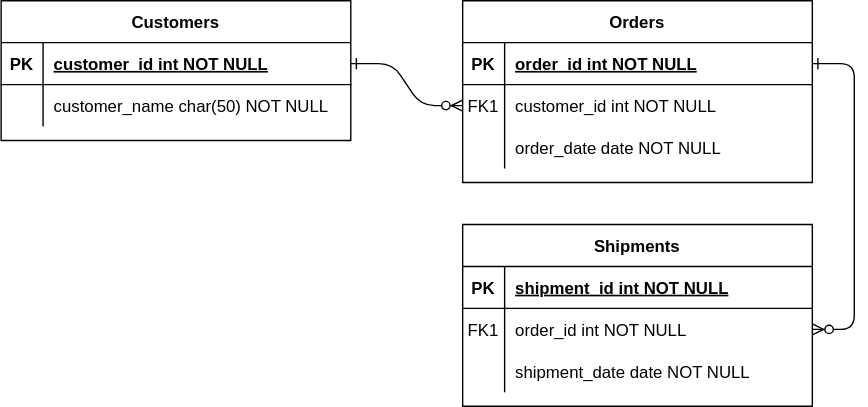
This is document/project-board-erd.svg from Bigdata92/fastcampus-project-board, a draw.io export, as it was before one commit. Source tidied: cells renumbered, new cells last; positions are measured from the earlier drawing's top-left corner, leaving out a move shared by most shapes. Source of this version:
```xml
<mxGraphModel>
  <root>
    <mxCell id="0" />
    <mxCell id="1" parent="0" />
    <mxCell id="2" style="edgeStyle=entityRelationEdgeStyle;endArrow=ERzeroToMany;startArrow=ERone;endFill=1;startFill=0;" parent="1" edge="1" source="25" target="8">
      <mxGeometry relative="1" as="geometry" />
    </mxCell>
    <mxCell id="3" style="edgeStyle=entityRelationEdgeStyle;endArrow=ERzeroToMany;startArrow=ERone;endFill=1;startFill=0;" parent="1" edge="1" source="5" target="18">
      <mxGeometry relative="1" as="geometry" />
    </mxCell>
    <mxCell id="4" value="Orders" style="shape=table;startSize=30;rowLines=0;fontStyle=1;align=center;" parent="1" vertex="1">
      <mxGeometry x="330" width="250" height="130" as="geometry" />
    </mxCell>
    <mxCell id="5" style="shape=partialRectangle;fillColor=none;points=[[0,0.5],[1,0.5]];portConstraint=eastwest;top=0;left=0;right=0;bottom=1;" parent="4" vertex="1">
      <mxGeometry y="30" width="250" height="30" as="geometry" />
    </mxCell>
    <mxCell id="6" value="PK" style="shape=partialRectangle;overflow=hidden;fillColor=none;top=0;left=0;bottom=0;right=0;fontStyle=1;" parent="5" vertex="1">
      <mxGeometry width="30" height="30" as="geometry" />
    </mxCell>
    <mxCell id="7" value="order_id int NOT NULL " style="shape=partialRectangle;overflow=hidden;fillColor=none;top=0;left=0;bottom=0;right=0;align=left;spacingLeft=6;fontStyle=5;" parent="5" vertex="1">
      <mxGeometry x="30" width="220" height="30" as="geometry" />
    </mxCell>
    <mxCell id="8" style="shape=partialRectangle;fillColor=none;points=[[0,0.5],[1,0.5]];portConstraint=eastwest;top=0;left=0;right=0;bottom=0;" parent="4" vertex="1">
      <mxGeometry y="60" width="250" height="30" as="geometry" />
    </mxCell>
    <mxCell id="9" value="FK1" style="shape=partialRectangle;overflow=hidden;fillColor=none;top=0;left=0;bottom=0;right=0;" parent="8" vertex="1">
      <mxGeometry width="30" height="30" as="geometry" />
    </mxCell>
    <mxCell id="10" value="customer_id int NOT NULL" style="shape=partialRectangle;overflow=hidden;fillColor=none;top=0;left=0;bottom=0;right=0;align=left;spacingLeft=6;" parent="8" vertex="1">
      <mxGeometry x="30" width="220" height="30" as="geometry" />
    </mxCell>
    <mxCell id="11" style="shape=partialRectangle;fillColor=none;top=0;left=0;right=0;bottom=0;" parent="4" vertex="1">
      <mxGeometry y="90" width="250" height="30" as="geometry" />
    </mxCell>
    <mxCell id="12" style="shape=partialRectangle;overflow=hidden;fillColor=none;top=0;left=0;bottom=0;right=0;" parent="11" vertex="1">
      <mxGeometry width="30" height="30" as="geometry" />
    </mxCell>
    <mxCell id="13" value="order_date date NOT NULL" style="shape=partialRectangle;overflow=hidden;fillColor=none;top=0;left=0;bottom=0;right=0;align=left;spacingLeft=6;" parent="11" vertex="1">
      <mxGeometry x="30" width="220" height="30" as="geometry" />
    </mxCell>
    <mxCell id="14" value="Shipments" style="shape=table;startSize=30;rowLines=0;fontStyle=1;align=center;" parent="1" vertex="1">
      <mxGeometry x="330" y="160" width="250" height="130" as="geometry" />
    </mxCell>
    <mxCell id="15" style="shape=partialRectangle;fillColor=none;top=0;left=0;right=0;bottom=1;" parent="14" vertex="1">
      <mxGeometry y="30" width="250" height="30" as="geometry" />
    </mxCell>
    <mxCell id="16" value="PK" style="shape=partialRectangle;overflow=hidden;fillColor=none;top=0;left=0;bottom=0;right=0;fontStyle=1;" parent="15" vertex="1">
      <mxGeometry width="30" height="30" as="geometry" />
    </mxCell>
    <mxCell id="17" value="shipment_id int NOT NULL " style="shape=partialRectangle;overflow=hidden;fillColor=none;top=0;left=0;bottom=0;right=0;align=left;spacingLeft=6;fontStyle=5;" parent="15" vertex="1">
      <mxGeometry x="30" width="220" height="30" as="geometry" />
    </mxCell>
    <mxCell id="18" style="shape=partialRectangle;fillColor=none;points=[[0,0.5],[1,0.5]];portConstraint=eastwest;top=0;left=0;right=0;bottom=0;" parent="14" vertex="1">
      <mxGeometry y="60" width="250" height="30" as="geometry" />
    </mxCell>
    <mxCell id="19" value="FK1" style="shape=partialRectangle;overflow=hidden;fillColor=none;top=0;left=0;bottom=0;right=0;" parent="18" vertex="1">
      <mxGeometry width="30" height="30" as="geometry" />
    </mxCell>
    <mxCell id="20" value="order_id int NOT NULL" style="shape=partialRectangle;overflow=hidden;fillColor=none;top=0;left=0;bottom=0;right=0;align=left;spacingLeft=6;" parent="18" vertex="1">
      <mxGeometry x="30" width="220" height="30" as="geometry" />
    </mxCell>
    <mxCell id="21" style="shape=partialRectangle;fillColor=none;top=0;left=0;right=0;bottom=0;" parent="14" vertex="1">
      <mxGeometry y="90" width="250" height="30" as="geometry" />
    </mxCell>
    <mxCell id="22" style="shape=partialRectangle;overflow=hidden;fillColor=none;top=0;left=0;bottom=0;right=0;" parent="21" vertex="1">
      <mxGeometry width="30" height="30" as="geometry" />
    </mxCell>
    <mxCell id="23" value="shipment_date date NOT NULL" style="shape=partialRectangle;overflow=hidden;fillColor=none;top=0;left=0;bottom=0;right=0;align=left;spacingLeft=6;" parent="21" vertex="1">
      <mxGeometry x="30" width="220" height="30" as="geometry" />
    </mxCell>
    <mxCell id="24" value="Customers" style="shape=table;startSize=30;rowLines=0;fontStyle=1;align=center;" parent="1" vertex="1">
      <mxGeometry width="250" height="100" as="geometry" />
    </mxCell>
    <mxCell id="25" style="shape=partialRectangle;fillColor=none;points=[[0,0.5],[1,0.5]];portConstraint=eastwest;top=0;left=0;right=0;bottom=1;" parent="24" vertex="1">
      <mxGeometry y="30" width="250" height="30" as="geometry" />
    </mxCell>
    <mxCell id="26" value="PK" style="shape=partialRectangle;overflow=hidden;fillColor=none;top=0;left=0;bottom=0;right=0;fontStyle=1;" parent="25" vertex="1">
      <mxGeometry width="30" height="30" as="geometry" />
    </mxCell>
    <mxCell id="27" value="customer_id int NOT NULL " style="shape=partialRectangle;overflow=hidden;fillColor=none;top=0;left=0;bottom=0;right=0;align=left;spacingLeft=6;fontStyle=5;" parent="25" vertex="1">
      <mxGeometry x="30" width="220" height="30" as="geometry" />
    </mxCell>
    <mxCell id="28" style="shape=partialRectangle;fillColor=none;top=0;left=0;right=0;bottom=0;" parent="24" vertex="1">
      <mxGeometry y="60" width="250" height="30" as="geometry" />
    </mxCell>
    <mxCell id="29" style="shape=partialRectangle;overflow=hidden;fillColor=none;top=0;left=0;bottom=0;right=0;" parent="28" vertex="1">
      <mxGeometry width="30" height="30" as="geometry" />
    </mxCell>
    <mxCell id="30" value="customer_name char(50) NOT NULL" style="shape=partialRectangle;overflow=hidden;fillColor=none;top=0;left=0;bottom=0;right=0;align=left;spacingLeft=6;" parent="28" vertex="1">
      <mxGeometry x="30" width="220" height="30" as="geometry" />
    </mxCell>
  </root>
</mxGraphModel>
```
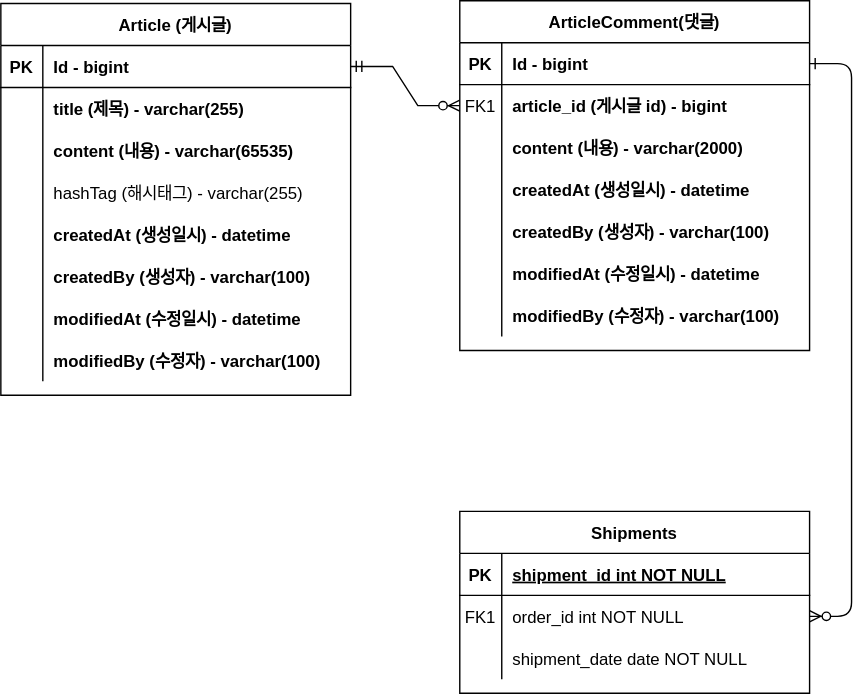
The same file after the commit.

What changed in the source:
```diff
@@ -2,14 +2,11 @@
   <root>
     <mxCell id="0" />
     <mxCell id="1" parent="0" />
-    <mxCell id="2" style="edgeStyle=entityRelationEdgeStyle;endArrow=ERzeroToMany;startArrow=ERone;endFill=1;startFill=0;" parent="1" edge="1" source="25" target="8">
-      <mxGeometry relative="1" as="geometry" />
-    </mxCell>
     <mxCell id="3" style="edgeStyle=entityRelationEdgeStyle;endArrow=ERzeroToMany;startArrow=ERone;endFill=1;startFill=0;" parent="1" edge="1" source="5" target="18">
       <mxGeometry relative="1" as="geometry" />
     </mxCell>
-    <mxCell id="4" value="Orders" style="shape=table;startSize=30;rowLines=0;fontStyle=1;align=center;" parent="1" vertex="1">
-      <mxGeometry x="330" width="250" height="130" as="geometry" />
+    <mxCell id="4" value="ArticleComment(댓글)" style="shape=table;startSize=30;rowLines=0;fontStyle=1;align=center;" parent="1" vertex="1">
+      <mxGeometry x="330" width="250" height="250" as="geometry" />
     </mxCell>
     <mxCell id="5" style="shape=partialRectangle;fillColor=none;points=[[0,0.5],[1,0.5]];portConstraint=eastwest;top=0;left=0;right=0;bottom=1;" parent="4" vertex="1">
       <mxGeometry y="30" width="250" height="30" as="geometry" />
@@ -17,7 +14,7 @@
     <mxCell id="6" value="PK" style="shape=partialRectangle;overflow=hidden;fillColor=none;top=0;left=0;bottom=0;right=0;fontStyle=1;" parent="5" vertex="1">
       <mxGeometry width="30" height="30" as="geometry" />
     </mxCell>
-    <mxCell id="7" value="order_id int NOT NULL " style="shape=partialRectangle;overflow=hidden;fillColor=none;top=0;left=0;bottom=0;right=0;align=left;spacingLeft=6;fontStyle=5;" parent="5" vertex="1">
+    <mxCell id="7" value="Id - bigint" style="shape=partialRectangle;overflow=hidden;fillColor=none;top=0;left=0;bottom=0;right=0;align=left;spacingLeft=6;fontStyle=1;" parent="5" vertex="1">
       <mxGeometry x="30" width="220" height="30" as="geometry" />
     </mxCell>
     <mxCell id="8" style="shape=partialRectangle;fillColor=none;points=[[0,0.5],[1,0.5]];portConstraint=eastwest;top=0;left=0;right=0;bottom=0;" parent="4" vertex="1">
@@ -26,7 +23,7 @@
     <mxCell id="9" value="FK1" style="shape=partialRectangle;overflow=hidden;fillColor=none;top=0;left=0;bottom=0;right=0;" parent="8" vertex="1">
       <mxGeometry width="30" height="30" as="geometry" />
     </mxCell>
-    <mxCell id="10" value="customer_id int NOT NULL" style="shape=partialRectangle;overflow=hidden;fillColor=none;top=0;left=0;bottom=0;right=0;align=left;spacingLeft=6;" parent="8" vertex="1">
+    <mxCell id="10" value="article_id (게시글 id) - bigint" style="shape=partialRectangle;overflow=hidden;fillColor=none;top=0;left=0;bottom=0;right=0;align=left;spacingLeft=6;fontStyle=1;" parent="8" vertex="1">
       <mxGeometry x="30" width="220" height="30" as="geometry" />
     </mxCell>
     <mxCell id="11" style="shape=partialRectangle;fillColor=none;top=0;left=0;right=0;bottom=0;" parent="4" vertex="1">
@@ -35,11 +32,47 @@
     <mxCell id="12" style="shape=partialRectangle;overflow=hidden;fillColor=none;top=0;left=0;bottom=0;right=0;" parent="11" vertex="1">
       <mxGeometry width="30" height="30" as="geometry" />
     </mxCell>
-    <mxCell id="13" value="order_date date NOT NULL" style="shape=partialRectangle;overflow=hidden;fillColor=none;top=0;left=0;bottom=0;right=0;align=left;spacingLeft=6;" parent="11" vertex="1">
+    <mxCell id="13" value="content (내용) - varchar(2000)" style="shape=partialRectangle;overflow=hidden;fillColor=none;top=0;left=0;bottom=0;right=0;align=left;spacingLeft=6;fontStyle=1;" parent="11" vertex="1">
       <mxGeometry x="30" width="220" height="30" as="geometry" />
     </mxCell>
+    <mxCell id="31" style="shape=partialRectangle;fillColor=none;top=0;left=0;right=0;bottom=0;" parent="4" vertex="1">
+      <mxGeometry y="120" width="250" height="30" as="geometry" />
+    </mxCell>
+    <mxCell id="32" style="shape=partialRectangle;overflow=hidden;fillColor=none;top=0;left=0;bottom=0;right=0;" parent="31" vertex="1">
+      <mxGeometry width="30" height="30" as="geometry" />
+    </mxCell>
+    <mxCell id="33" value="createdAt (생성일시) - datetime" style="shape=partialRectangle;overflow=hidden;fillColor=none;top=0;left=0;bottom=0;right=0;align=left;spacingLeft=6;fontStyle=1;" parent="31" vertex="1">
+      <mxGeometry x="30" width="220" height="30" as="geometry" />
+    </mxCell>
+    <mxCell id="34" style="shape=partialRectangle;fillColor=none;top=0;left=0;right=0;bottom=0;" parent="4" vertex="1">
+      <mxGeometry y="150" width="250" height="30" as="geometry" />
+    </mxCell>
+    <mxCell id="35" style="shape=partialRectangle;overflow=hidden;fillColor=none;top=0;left=0;bottom=0;right=0;" parent="34" vertex="1">
+      <mxGeometry width="30" height="30" as="geometry" />
+    </mxCell>
+    <mxCell id="36" value="createdBy (생성자) - varchar(100)" style="shape=partialRectangle;overflow=hidden;fillColor=none;top=0;left=0;bottom=0;right=0;align=left;spacingLeft=6;fontStyle=1;" parent="34" vertex="1">
+      <mxGeometry x="30" width="220" height="30" as="geometry" />
+    </mxCell>
+    <mxCell id="37" style="shape=partialRectangle;fillColor=none;top=0;left=0;right=0;bottom=0;" parent="4" vertex="1">
+      <mxGeometry y="180" width="250" height="30" as="geometry" />
+    </mxCell>
+    <mxCell id="38" style="shape=partialRectangle;overflow=hidden;fillColor=none;top=0;left=0;bottom=0;right=0;" parent="37" vertex="1">
+      <mxGeometry width="30" height="30" as="geometry" />
+    </mxCell>
+    <mxCell id="39" value="modifiedAt (수정일시) - datetime" style="shape=partialRectangle;overflow=hidden;fillColor=none;top=0;left=0;bottom=0;right=0;align=left;spacingLeft=6;fontStyle=1;" parent="37" vertex="1">
+      <mxGeometry x="30" width="220" height="30" as="geometry" />
+    </mxCell>
+    <mxCell id="40" style="shape=partialRectangle;fillColor=none;top=0;left=0;right=0;bottom=0;" parent="4" vertex="1">
+      <mxGeometry y="210" width="250" height="30" as="geometry" />
+    </mxCell>
+    <mxCell id="41" style="shape=partialRectangle;overflow=hidden;fillColor=none;top=0;left=0;bottom=0;right=0;" parent="40" vertex="1">
+      <mxGeometry width="30" height="30" as="geometry" />
+    </mxCell>
+    <mxCell id="42" value="modifiedBy (수정자) - varchar(100)" style="shape=partialRectangle;overflow=hidden;fillColor=none;top=0;left=0;bottom=0;right=0;align=left;spacingLeft=6;fontStyle=1;" parent="40" vertex="1">
+      <mxGeometry x="30" width="220" height="30" as="geometry" />
+    </mxCell>
     <mxCell id="14" value="Shipments" style="shape=table;startSize=30;rowLines=0;fontStyle=1;align=center;" parent="1" vertex="1">
-      <mxGeometry x="330" y="160" width="250" height="130" as="geometry" />
+      <mxGeometry x="330" y="365" width="250" height="130" as="geometry" />
     </mxCell>
     <mxCell id="15" style="shape=partialRectangle;fillColor=none;top=0;left=0;right=0;bottom=1;" parent="14" vertex="1">
       <mxGeometry y="30" width="250" height="30" as="geometry" />
@@ -68,8 +101,8 @@
     <mxCell id="23" value="shipment_date date NOT NULL" style="shape=partialRectangle;overflow=hidden;fillColor=none;top=0;left=0;bottom=0;right=0;align=left;spacingLeft=6;" parent="21" vertex="1">
       <mxGeometry x="30" width="220" height="30" as="geometry" />
     </mxCell>
-    <mxCell id="24" value="Customers" style="shape=table;startSize=30;rowLines=0;fontStyle=1;align=center;" parent="1" vertex="1">
-      <mxGeometry width="250" height="100" as="geometry" />
+    <mxCell id="24" value="Article (게시글)" style="shape=table;startSize=30;rowLines=0;fontStyle=1;align=center;" parent="1" vertex="1">
+      <mxGeometry x="2" y="2" width="250" height="280" as="geometry" />
     </mxCell>
     <mxCell id="25" style="shape=partialRectangle;fillColor=none;points=[[0,0.5],[1,0.5]];portConstraint=eastwest;top=0;left=0;right=0;bottom=1;" parent="24" vertex="1">
       <mxGeometry y="30" width="250" height="30" as="geometry" />
@@ -77,7 +110,7 @@
     <mxCell id="26" value="PK" style="shape=partialRectangle;overflow=hidden;fillColor=none;top=0;left=0;bottom=0;right=0;fontStyle=1;" parent="25" vertex="1">
       <mxGeometry width="30" height="30" as="geometry" />
     </mxCell>
-    <mxCell id="27" value="customer_id int NOT NULL " style="shape=partialRectangle;overflow=hidden;fillColor=none;top=0;left=0;bottom=0;right=0;align=left;spacingLeft=6;fontStyle=5;" parent="25" vertex="1">
+    <mxCell id="27" value="Id - bigint" style="shape=partialRectangle;overflow=hidden;fillColor=none;top=0;left=0;bottom=0;right=0;align=left;spacingLeft=6;fontStyle=1;" parent="25" vertex="1">
       <mxGeometry x="30" width="220" height="30" as="geometry" />
     </mxCell>
     <mxCell id="28" style="shape=partialRectangle;fillColor=none;top=0;left=0;right=0;bottom=0;" parent="24" vertex="1">
@@ -86,8 +119,65 @@
     <mxCell id="29" style="shape=partialRectangle;overflow=hidden;fillColor=none;top=0;left=0;bottom=0;right=0;" parent="28" vertex="1">
       <mxGeometry width="30" height="30" as="geometry" />
     </mxCell>
-    <mxCell id="30" value="customer_name char(50) NOT NULL" style="shape=partialRectangle;overflow=hidden;fillColor=none;top=0;left=0;bottom=0;right=0;align=left;spacingLeft=6;" parent="28" vertex="1">
+    <mxCell id="30" value="title (제목) - varchar(255)" style="shape=partialRectangle;overflow=hidden;fillColor=none;top=0;left=0;bottom=0;right=0;align=left;spacingLeft=6;fontStyle=1;" parent="28" vertex="1">
       <mxGeometry x="30" width="220" height="30" as="geometry" />
     </mxCell>
+    <mxCell id="43" style="shape=partialRectangle;fillColor=none;top=0;left=0;right=0;bottom=0;" parent="24" vertex="1">
+      <mxGeometry y="90" width="250" height="30" as="geometry" />
+    </mxCell>
+    <mxCell id="44" style="shape=partialRectangle;overflow=hidden;fillColor=none;top=0;left=0;bottom=0;right=0;" parent="43" vertex="1">
+      <mxGeometry width="30" height="30" as="geometry" />
+    </mxCell>
+    <mxCell id="45" value="content (내용) - varchar(65535)" style="shape=partialRectangle;overflow=hidden;fillColor=none;top=0;left=0;bottom=0;right=0;align=left;spacingLeft=6;fontStyle=1;" parent="43" vertex="1">
+      <mxGeometry x="30" width="220" height="30" as="geometry" />
+    </mxCell>
+    <mxCell id="46" style="shape=partialRectangle;fillColor=none;top=0;left=0;right=0;bottom=0;" parent="24" vertex="1">
+      <mxGeometry y="120" width="250" height="30" as="geometry" />
+    </mxCell>
+    <mxCell id="47" style="shape=partialRectangle;overflow=hidden;fillColor=none;top=0;left=0;bottom=0;right=0;" parent="46" vertex="1">
+      <mxGeometry width="30" height="30" as="geometry" />
+    </mxCell>
+    <mxCell id="48" value="hashTag (해시태그) - varchar(255)" style="shape=partialRectangle;overflow=hidden;fillColor=none;top=0;left=0;bottom=0;right=0;align=left;spacingLeft=6;" parent="46" vertex="1">
+      <mxGeometry x="30" width="220" height="30" as="geometry" />
+    </mxCell>
+    <mxCell id="49" style="shape=partialRectangle;fillColor=none;top=0;left=0;right=0;bottom=0;" parent="24" vertex="1">
+      <mxGeometry y="150" width="250" height="30" as="geometry" />
+    </mxCell>
+    <mxCell id="50" style="shape=partialRectangle;overflow=hidden;fillColor=none;top=0;left=0;bottom=0;right=0;" parent="49" vertex="1">
+      <mxGeometry width="30" height="30" as="geometry" />
+    </mxCell>
+    <mxCell id="51" value="createdAt (생성일시) - datetime" style="shape=partialRectangle;overflow=hidden;fillColor=none;top=0;left=0;bottom=0;right=0;align=left;spacingLeft=6;fontStyle=1;" parent="49" vertex="1">
+      <mxGeometry x="30" width="220" height="30" as="geometry" />
+    </mxCell>
+    <mxCell id="52" style="shape=partialRectangle;fillColor=none;top=0;left=0;right=0;bottom=0;" parent="24" vertex="1">
+      <mxGeometry y="180" width="250" height="30" as="geometry" />
+    </mxCell>
+    <mxCell id="53" style="shape=partialRectangle;overflow=hidden;fillColor=none;top=0;left=0;bottom=0;right=0;" parent="52" vertex="1">
+      <mxGeometry width="30" height="30" as="geometry" />
+    </mxCell>
+    <mxCell id="54" value="createdBy (생성자) - varchar(100)" style="shape=partialRectangle;overflow=hidden;fillColor=none;top=0;left=0;bottom=0;right=0;align=left;spacingLeft=6;fontStyle=1;" parent="52" vertex="1">
+      <mxGeometry x="30" width="220" height="30" as="geometry" />
+    </mxCell>
+    <mxCell id="55" style="shape=partialRectangle;fillColor=none;top=0;left=0;right=0;bottom=0;" parent="24" vertex="1">
+      <mxGeometry y="210" width="250" height="30" as="geometry" />
+    </mxCell>
+    <mxCell id="56" style="shape=partialRectangle;overflow=hidden;fillColor=none;top=0;left=0;bottom=0;right=0;" parent="55" vertex="1">
+      <mxGeometry width="30" height="30" as="geometry" />
+    </mxCell>
+    <mxCell id="57" value="modifiedAt (수정일시) - datetime" style="shape=partialRectangle;overflow=hidden;fillColor=none;top=0;left=0;bottom=0;right=0;align=left;spacingLeft=6;fontStyle=1;" parent="55" vertex="1">
+      <mxGeometry x="30" width="220" height="30" as="geometry" />
+    </mxCell>
+    <mxCell id="58" style="shape=partialRectangle;fillColor=none;top=0;left=0;right=0;bottom=0;" parent="24" vertex="1">
+      <mxGeometry y="240" width="250" height="30" as="geometry" />
+    </mxCell>
+    <mxCell id="59" style="shape=partialRectangle;overflow=hidden;fillColor=none;top=0;left=0;bottom=0;right=0;" parent="58" vertex="1">
+      <mxGeometry width="30" height="30" as="geometry" />
+    </mxCell>
+    <mxCell id="60" value="modifiedBy (수정자) - varchar(100)" style="shape=partialRectangle;overflow=hidden;fillColor=none;top=0;left=0;bottom=0;right=0;align=left;spacingLeft=6;fontStyle=1;" parent="58" vertex="1">
+      <mxGeometry x="30" width="220" height="30" as="geometry" />
+    </mxCell>
+    <mxCell id="2" style="edgeStyle=entityRelationEdgeStyle;fontSize=12;html=1;endArrow=ERzeroToMany;startArrow=ERmandOne;rounded=0;" parent="1" edge="1" source="25" target="8">
+      <mxGeometry relative="1" as="geometry" />
+    </mxCell>
   </root>
 </mxGraphModel>
```
